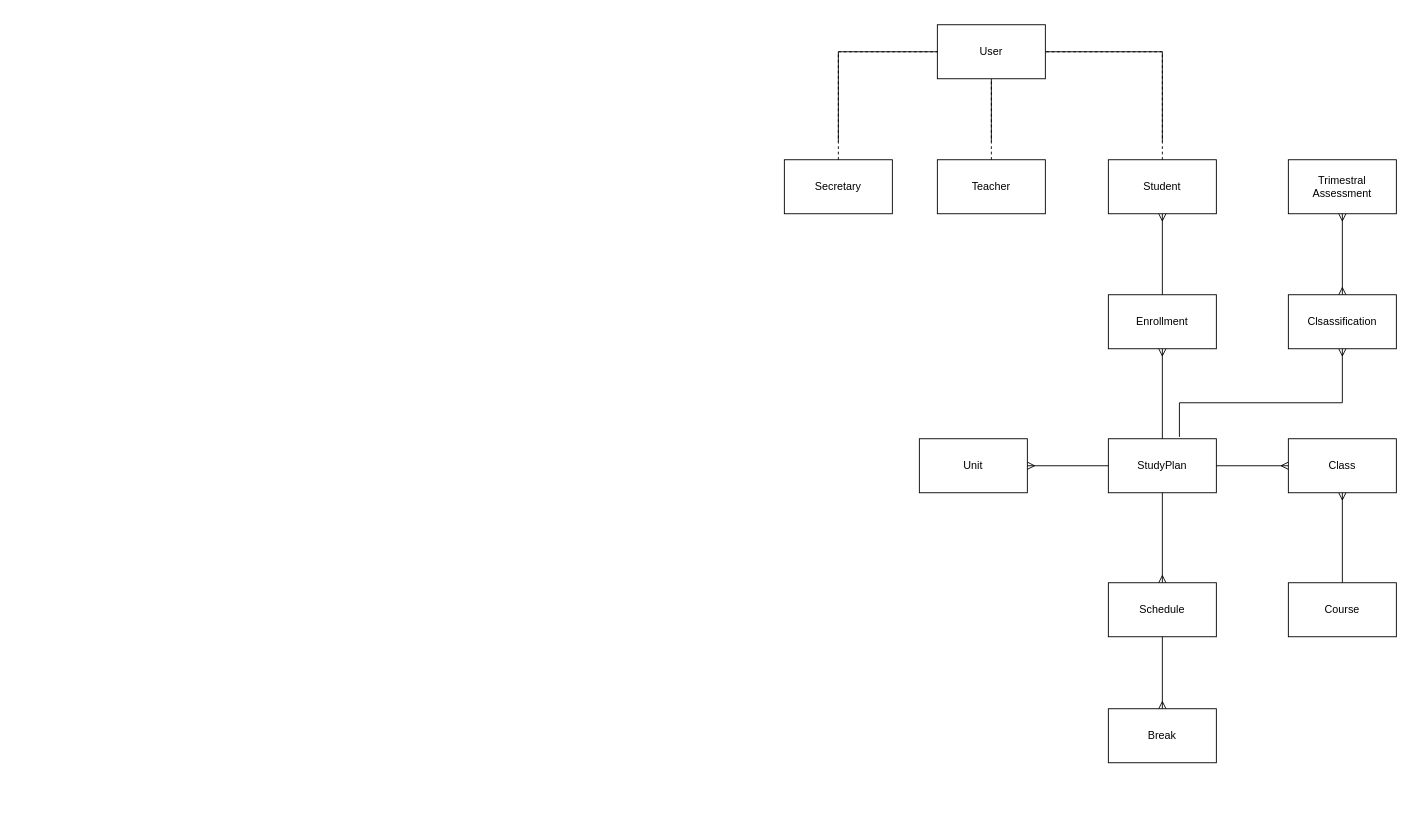
Above: editables/entity-relationship.drawio in Joaquim-Claudio/Imptel-Online_P.D.S-2024-2025 (draw.io), before the change. Source tidied: cells renumbered, new cells numbered last; positions are measured from the earlier drawing's top-left corner, leaving out a move shared by most shapes. Both pictures are drawn from the tidied source at 90%, with x=0, y=0 at pixel (784, 24).
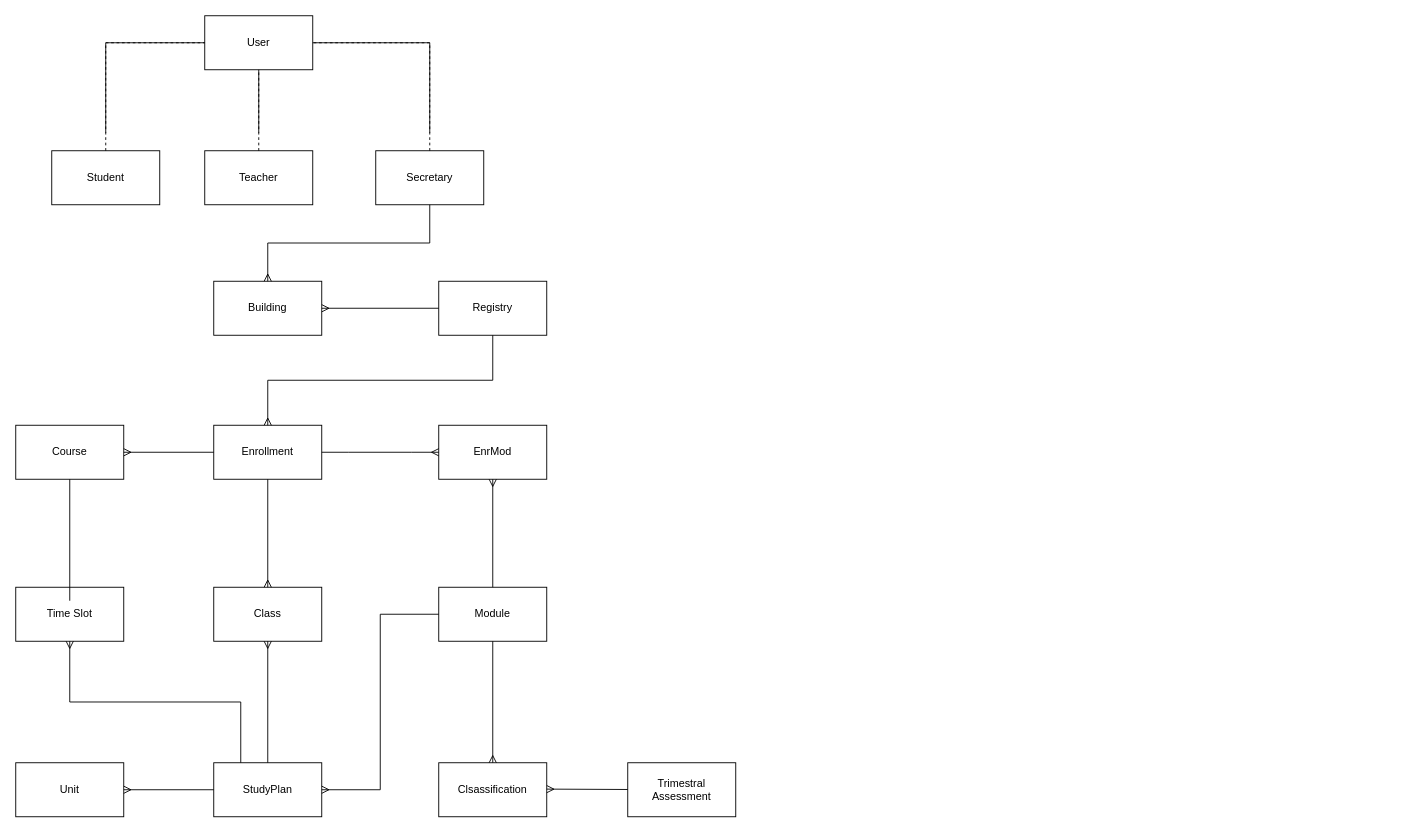
The same page after the edit.

The edit, as a diff of the source:
```diff
@@
     <mxCell id="2" style="rounded=0;whiteSpace=wrap;html=1;" parent="1" vertex="1">
-      <mxGeometry x="170" width="120" height="60" as="geometry" />
+      <mxGeometry x="-644" y="-10" width="120" height="60" as="geometry" />
     </mxCell>
     <mxCell id="3" value="User" style="text;html=1;align=center;verticalAlign=middle;whiteSpace=wrap;rounded=0;" parent="1" vertex="1">
-      <mxGeometry x="200" y="15" width="60" height="30" as="geometry" />
+      <mxGeometry x="-614" y="5" width="60" height="30" as="geometry" />
     </mxCell>
     <mxCell id="4" style="rounded=0;whiteSpace=wrap;html=1;" parent="1" vertex="1">
-      <mxGeometry y="150" width="120" height="60" as="geometry" />
+      <mxGeometry x="-814" y="140" width="120" height="60" as="geometry" />
     </mxCell>
-    <mxCell id="5" value="Secretary" style="text;html=1;align=center;verticalAlign=middle;whiteSpace=wrap;rounded=0;" parent="1" vertex="1">
-      <mxGeometry x="30" y="165" width="60" height="30" as="geometry" />
+    <mxCell id="5" value="Student" style="text;html=1;align=center;verticalAlign=middle;whiteSpace=wrap;rounded=0;" parent="1" vertex="1">
+      <mxGeometry x="-784" y="155" width="60" height="30" as="geometry" />
     </mxCell>
     <mxCell id="6" style="rounded=0;whiteSpace=wrap;html=1;" parent="1" vertex="1">
-      <mxGeometry x="170" y="150" width="120" height="60" as="geometry" />
+      <mxGeometry x="-644" y="140" width="120" height="60" as="geometry" />
     </mxCell>
     <mxCell id="7" value="Teacher" style="text;html=1;align=center;verticalAlign=middle;whiteSpace=wrap;rounded=0;" parent="1" vertex="1">
-      <mxGeometry x="200" y="165" width="60" height="30" as="geometry" />
+      <mxGeometry x="-614" y="155" width="60" height="30" as="geometry" />
     </mxCell>
     <mxCell id="8" style="rounded=0;whiteSpace=wrap;html=1;" parent="1" vertex="1">
-      <mxGeometry x="360" y="150" width="120" height="60" as="geometry" />
+      <mxGeometry x="-454" y="140" width="120" height="60" as="geometry" />
     </mxCell>
-    <mxCell id="9" value="Student" style="text;html=1;align=center;verticalAlign=middle;whiteSpace=wrap;rounded=0;" parent="1" vertex="1">
-      <mxGeometry x="390" y="165" width="60" height="30" as="geometry" />
+    <mxCell id="9" value="Secretary" style="text;html=1;align=center;verticalAlign=middle;whiteSpace=wrap;rounded=0;" parent="1" vertex="1">
+      <mxGeometry x="-424" y="155" width="60" height="30" as="geometry" />
     </mxCell>
     <mxCell id="10" style="rounded=0;whiteSpace=wrap;html=1;" parent="1" vertex="1">
-      <mxGeometry x="360" y="460" width="120" height="60" as="geometry" />
+      <mxGeometry x="-634" y="820" width="120" height="60" as="geometry" />
     </mxCell>
     <mxCell id="11" value="StudyPlan" style="text;html=1;align=center;verticalAlign=middle;whiteSpace=wrap;rounded=0;" parent="1" vertex="1">
-      <mxGeometry x="390" y="475" width="60" height="30" as="geometry" />
+      <mxGeometry x="-604" y="835" width="60" height="30" as="geometry" />
     </mxCell>
     <mxCell id="12" style="rounded=0;whiteSpace=wrap;html=1;" parent="1" vertex="1">
-      <mxGeometry x="360" y="300" width="120" height="60" as="geometry" />
+      <mxGeometry x="-634" y="445" width="120" height="60" as="geometry" />
     </mxCell>
     <mxCell id="13" value="Enrollment" style="text;html=1;align=center;verticalAlign=middle;whiteSpace=wrap;rounded=0;" parent="1" vertex="1">
-      <mxGeometry x="390" y="315" width="60" height="30" as="geometry" />
+      <mxGeometry x="-604" y="460" width="60" height="30" as="geometry" />
     </mxCell>
     <mxCell id="14" style="rounded=0;whiteSpace=wrap;html=1;" parent="1" vertex="1">
-      <mxGeometry x="150" y="460" width="120" height="60" as="geometry" />
+      <mxGeometry x="-634" y="625" width="120" height="60" as="geometry" />
     </mxCell>
-    <mxCell id="15" value="Unit" style="text;html=1;align=center;verticalAlign=middle;whiteSpace=wrap;rounded=0;" parent="1" vertex="1">
-      <mxGeometry x="180" y="475" width="60" height="30" as="geometry" />
+    <mxCell id="15" value="Class" style="text;html=1;align=center;verticalAlign=middle;whiteSpace=wrap;rounded=0;" parent="1" vertex="1">
+      <mxGeometry x="-604" y="640" width="60" height="30" as="geometry" />
     </mxCell>
     <mxCell id="16" style="rounded=0;whiteSpace=wrap;html=1;" parent="1" vertex="1">
-      <mxGeometry x="360" y="620" width="120" height="60" as="geometry" />
+      <mxGeometry x="-854" y="625" width="120" height="60" as="geometry" />
     </mxCell>
+    <mxCell id="43" style="edgeStyle=orthogonalEdgeStyle;rounded=0;jettySize=auto;html=1;" parent="1" edge="1" source="17" target="27">
+      <mxGeometry relative="1" as="geometry" />
+    </mxCell>
-    <mxCell id="17" value="Schedule" style="text;html=1;align=center;verticalAlign=middle;whiteSpace=wrap;rounded=0;" parent="1" vertex="1">
-      <mxGeometry x="390" y="635" width="60" height="30" as="geometry" />
+    <mxCell id="17" value="Time Slot" style="text;html=1;align=center;verticalAlign=middle;whiteSpace=wrap;rounded=0;" parent="1" vertex="1">
+      <mxGeometry x="-824" y="640" width="60" height="30" as="geometry" />
     </mxCell>
-    <mxCell id="18" style="rounded=0;whiteSpace=wrap;html=1;" parent="1" vertex="1">
-      <mxGeometry x="360" y="760" width="120" height="60" as="geometry" />
-    </mxCell>
-    <mxCell id="19" value="Break" style="text;html=1;align=center;verticalAlign=middle;whiteSpace=wrap;rounded=0;" parent="1" vertex="1">
-      <mxGeometry x="390" y="775" width="60" height="30" as="geometry" />
-    </mxCell>
     <mxCell id="20" style="rounded=0;whiteSpace=wrap;html=1;" parent="1" vertex="1">
-      <mxGeometry x="560" y="150" width="120" height="60" as="geometry" />
+      <mxGeometry x="-174" y="820" width="120" height="60" as="geometry" />
     </mxCell>
     <mxCell id="21" value="Trimestral&lt;div&gt;Assessment&lt;/div&gt;" style="text;html=1;align=center;verticalAlign=middle;whiteSpace=wrap;rounded=0;" parent="1" vertex="1">
-      <mxGeometry x="590" y="165" width="60" height="30" as="geometry" />
+      <mxGeometry x="-144" y="835" width="60" height="30" as="geometry" />
     </mxCell>
     <mxCell id="22" style="rounded=0;whiteSpace=wrap;html=1;" parent="1" vertex="1">
-      <mxGeometry x="560" y="460" width="120" height="60" as="geometry" />
+      <mxGeometry x="-854" y="820" width="120" height="60" as="geometry" />
     </mxCell>
-    <mxCell id="23" value="Class" style="text;html=1;align=center;verticalAlign=middle;whiteSpace=wrap;rounded=0;" parent="1" vertex="1">
-      <mxGeometry x="590" y="475" width="60" height="30" as="geometry" />
+    <mxCell id="23" value="Unit" style="text;html=1;align=center;verticalAlign=middle;whiteSpace=wrap;rounded=0;" parent="1" vertex="1">
+      <mxGeometry x="-824" y="835" width="60" height="30" as="geometry" />
     </mxCell>
     <mxCell id="24" style="rounded=0;whiteSpace=wrap;html=1;" parent="1" vertex="1">
-      <mxGeometry x="560" y="300" width="120" height="60" as="geometry" />
+      <mxGeometry x="-384" y="820" width="120" height="60" as="geometry" />
     </mxCell>
     <mxCell id="25" value="Clsassification" style="text;html=1;align=center;verticalAlign=middle;whiteSpace=wrap;rounded=0;" parent="1" vertex="1">
-      <mxGeometry x="590" y="315" width="60" height="30" as="geometry" />
+      <mxGeometry x="-354" y="835" width="60" height="30" as="geometry" />
     </mxCell>
     <mxCell id="26" style="rounded=0;whiteSpace=wrap;html=1;" parent="1" vertex="1">
-      <mxGeometry x="560" y="620" width="120" height="60" as="geometry" />
+      <mxGeometry x="-854" y="445" width="120" height="60" as="geometry" />
     </mxCell>
     <mxCell id="27" value="Course" style="text;html=1;align=center;verticalAlign=middle;whiteSpace=wrap;rounded=0;" parent="1" vertex="1">
-      <mxGeometry x="590" y="635" width="60" height="30" as="geometry" />
+      <mxGeometry x="-824" y="460" width="60" height="30" as="geometry" />
     </mxCell>
     <mxCell id="28" style="endArrow=none;dashed=1;html=1;rounded=0;entryX=0;entryY=0.5;entryDx=0;entryDy=0;" parent="1" edge="1" source="4" target="2">
       <mxGeometry relative="1" as="geometry">
         <Array as="points">
-          <mxPoint x="60" y="30" />
+          <mxPoint x="-754" y="20" />
         </Array>
       </mxGeometry>
     </mxCell>
@@
     <mxCell id="30" style="endArrow=none;dashed=1;html=1;rounded=0;exitX=0.5;exitY=0;exitDx=0;exitDy=0;entryX=1;entryY=0.5;entryDx=0;entryDy=0;" parent="1" edge="1" source="8" target="2">
       <mxGeometry relative="1" as="geometry">
         <Array as="points">
-          <mxPoint x="420" y="30" />
+          <mxPoint x="-394" y="20" />
         </Array>
       </mxGeometry>
     </mxCell>
     <mxCell id="31" style="endArrow=none;html=1;rounded=0;entryX=0;entryY=0.5;entryDx=0;entryDy=0;" parent="1" edge="1" target="2">
       <mxGeometry relative="1" as="geometry">
-        <mxPoint x="60" y="130" as="sourcePoint" />
+        <mxPoint x="-754" y="120" as="sourcePoint" />
         <Array as="points">
-          <mxPoint x="60" y="30" />
+          <mxPoint x="-754" y="20" />
         </Array>
       </mxGeometry>
     </mxCell>
     <mxCell id="32" style="endArrow=none;html=1;rounded=0;" parent="1" edge="1">
       <mxGeometry relative="1" as="geometry">
-        <mxPoint x="230" y="130" as="sourcePoint" />
-        <mxPoint x="230" y="60" as="targetPoint" />
+        <mxPoint x="-584" y="120" as="sourcePoint" />
+        <mxPoint x="-584" y="50" as="targetPoint" />
         <Array as="points">
-          <mxPoint x="230" y="110" />
+          <mxPoint x="-584" y="100" />
         </Array>
       </mxGeometry>
     </mxCell>
     <mxCell id="33" style="endArrow=none;html=1;rounded=0;" parent="1" edge="1">
       <mxGeometry relative="1" as="geometry">
-        <mxPoint x="290" y="30" as="sourcePoint" />
-        <mxPoint x="420" y="130" as="targetPoint" />
+        <mxPoint x="-524" y="20" as="sourcePoint" />
+        <mxPoint x="-394" y="120" as="targetPoint" />
         <Array as="points">
-          <mxPoint x="420" y="30" />
+          <mxPoint x="-394" y="20" />
         </Array>
       </mxGeometry>
     </mxCell>
-    <mxCell id="34" style="fontSize=12;html=1;endArrow=ERmany;rounded=0;entryX=0.5;entryY=1;entryDx=0;entryDy=0;exitX=0.5;exitY=0;exitDx=0;exitDy=0;" parent="1" edge="1" source="12" target="8">
-      <mxGeometry relative="1" as="geometry" />
-    </mxCell>
-    <mxCell id="35" style="fontSize=12;html=1;endArrow=ERmany;rounded=0;entryX=0.5;entryY=1;entryDx=0;entryDy=0;exitX=0.5;exitY=0;exitDx=0;exitDy=0;" parent="1" edge="1" source="26" target="22">
+    <mxCell id="35" style="fontSize=12;html=1;endArrow=ERmany;rounded=0;entryX=1;entryY=0.5;entryDx=0;entryDy=0;" parent="1" edge="1" source="12" target="26">
       <mxGeometry relative="1" as="geometry" />
     </mxCell>
-    <mxCell id="36" style="fontSize=12;html=1;endArrow=ERmany;startArrow=ERmany;rounded=0;entryX=0.5;entryY=1;entryDx=0;entryDy=0;exitX=0.5;exitY=0;exitDx=0;exitDy=0;" parent="1" edge="1" source="24" target="20">
-      <mxGeometry relative="1" as="geometry" />
-    </mxCell>
-    <mxCell id="37" style="fontSize=12;html=1;endArrow=ERmany;rounded=0;entryX=0.5;entryY=0;entryDx=0;entryDy=0;exitX=0.5;exitY=1;exitDx=0;exitDy=0;" parent="1" edge="1" source="16" target="18">
-      <mxGeometry relative="1" as="geometry" />
-    </mxCell>
-    <mxCell id="38" style="fontSize=12;html=1;endArrow=ERmany;rounded=0;entryX=1;entryY=0.5;entryDx=0;entryDy=0;" parent="1" edge="1" source="10" target="14">
+    <mxCell id="38" style="fontSize=12;html=1;endArrow=ERmany;rounded=0;entryX=0.5;entryY=1;entryDx=0;entryDy=0;" parent="1" edge="1" source="10" target="14">
       <mxGeometry relative="1" as="geometry" />
     </mxCell>
-    <mxCell id="39" style="fontSize=12;html=1;endArrow=ERmany;rounded=0;exitX=0.5;exitY=0;exitDx=0;exitDy=0;entryX=0.5;entryY=1;entryDx=0;entryDy=0;" parent="1" edge="1" source="10" target="12">
-      <mxGeometry relative="1" as="geometry" />
-    </mxCell>
-    <mxCell id="40" style="fontSize=12;html=1;endArrow=ERmany;rounded=0;exitX=0.5;exitY=1;exitDx=0;exitDy=0;entryX=0.5;entryY=0;entryDx=0;entryDy=0;" parent="1" edge="1" source="10" target="16">
+    <mxCell id="40" style="fontSize=12;html=1;endArrow=ERmany;rounded=0;exitX=0.25;exitY=0;exitDx=0;exitDy=0;entryX=0.5;entryY=1;entryDx=0;entryDy=0;edgeStyle=orthogonalEdgeStyle;" parent="1" edge="1" source="10" target="16">
       <mxGeometry relative="1" as="geometry" />
     </mxCell>
-    <mxCell id="41" style="fontSize=12;html=1;endArrow=ERmany;rounded=0;exitX=1;exitY=0.5;exitDx=0;exitDy=0;" parent="1" edge="1" source="10" target="22">
+    <mxCell id="41" style="fontSize=12;html=1;endArrow=ERmany;rounded=0;exitX=0;exitY=0.5;exitDx=0;exitDy=0;edgeStyle=orthogonalEdgeStyle;" parent="1" edge="1" source="10" target="22">
       <mxGeometry relative="1" as="geometry" />
     </mxCell>
-    <mxCell id="42" style="edgeStyle=elbowEdgeStyle;fontSize=12;html=1;endArrow=ERmany;rounded=0;elbow=vertical;exitX=0.658;exitY=-0.033;exitDx=0;exitDy=0;exitPerimeter=0;" parent="1" edge="1" source="10" target="24">
-      <mxGeometry relative="1" as="geometry">
-        <Array as="points">
-          <mxPoint x="510" y="420" />
-        </Array>
-      </mxGeometry>
-    </mxCell>
+    <mxCell id="44" style="fontSize=12;html=1;endArrow=ERmany;rounded=0;exitX=0.5;exitY=1;exitDx=0;exitDy=0;elbow=vertical;entryX=0.5;entryY=0;entryDx=0;entryDy=0;" parent="1" edge="1" source="12" target="14">
+      <mxGeometry relative="1" as="geometry" />
+    </mxCell>
+    <mxCell id="45" style="rounded=0;whiteSpace=wrap;html=1;" parent="1" vertex="1">
+      <mxGeometry x="-384" y="285" width="120" height="60" as="geometry" />
+    </mxCell>
+    <mxCell id="46" value="Registry" style="text;html=1;align=center;verticalAlign=middle;whiteSpace=wrap;rounded=0;" parent="1" vertex="1">
+      <mxGeometry x="-354" y="300" width="60" height="30" as="geometry" />
+    </mxCell>
+    <mxCell id="47" style="rounded=0;whiteSpace=wrap;html=1;" parent="1" vertex="1">
+      <mxGeometry x="-634" y="285" width="120" height="60" as="geometry" />
+    </mxCell>
+    <mxCell id="48" value="Building" style="text;html=1;align=center;verticalAlign=middle;whiteSpace=wrap;rounded=0;" parent="1" vertex="1">
+      <mxGeometry x="-604" y="300" width="60" height="30" as="geometry" />
+    </mxCell>
+    <mxCell id="49" style="fontSize=12;html=1;endArrow=ERmany;rounded=0;entryX=0.5;entryY=0;entryDx=0;entryDy=0;exitX=0.5;exitY=1;exitDx=0;exitDy=0;edgeStyle=orthogonalEdgeStyle;" parent="1" edge="1" source="8" target="47">
+      <mxGeometry relative="1" as="geometry" />
+    </mxCell>
+    <mxCell id="50" style="fontSize=12;html=1;endArrow=ERmany;rounded=0;exitX=0;exitY=0.5;exitDx=0;exitDy=0;entryX=1;entryY=0.5;entryDx=0;entryDy=0;" parent="1" edge="1" source="45" target="47">
+      <mxGeometry relative="1" as="geometry" />
+    </mxCell>
+    <mxCell id="51" style="fontSize=12;html=1;endArrow=ERmany;rounded=0;entryX=0.5;entryY=0;entryDx=0;entryDy=0;exitX=0.5;exitY=1;exitDx=0;exitDy=0;edgeStyle=orthogonalEdgeStyle;" parent="1" edge="1" source="45" target="12">
+      <mxGeometry relative="1" as="geometry" />
+    </mxCell>
+    <mxCell id="52" style="fontSize=12;html=1;endArrow=ERmany;rounded=0;entryX=1;entryY=0.5;entryDx=0;entryDy=0;" parent="1" edge="1" source="20">
+      <mxGeometry relative="1" as="geometry">
+        <mxPoint x="-264" y="849.3" as="targetPoint" />
+      </mxGeometry>
+    </mxCell>
+    <mxCell id="53" style="rounded=0;whiteSpace=wrap;html=1;" parent="1" vertex="1">
+      <mxGeometry x="-384" y="625" width="120" height="60" as="geometry" />
+    </mxCell>
+    <mxCell id="54" value="Module" style="text;html=1;align=center;verticalAlign=middle;whiteSpace=wrap;rounded=0;" parent="1" vertex="1">
+      <mxGeometry x="-354" y="640" width="60" height="30" as="geometry" />
+    </mxCell>
+    <mxCell id="55" style="rounded=0;whiteSpace=wrap;html=1;" parent="1" vertex="1">
+      <mxGeometry x="-384" y="445" width="120" height="60" as="geometry" />
+    </mxCell>
+    <mxCell id="56" value="EnrMod" style="text;html=1;align=center;verticalAlign=middle;whiteSpace=wrap;rounded=0;" parent="1" vertex="1">
+      <mxGeometry x="-354" y="460" width="60" height="30" as="geometry" />
+    </mxCell>
+    <mxCell id="57" style="edgeStyle=entityRelationEdgeStyle;fontSize=12;html=1;endArrow=ERmany;rounded=0;entryX=0;entryY=0.5;entryDx=0;entryDy=0;exitX=1;exitY=0.5;exitDx=0;exitDy=0;" parent="1" edge="1" source="12" target="55">
+      <mxGeometry relative="1" as="geometry" />
+    </mxCell>
+    <mxCell id="58" style="fontSize=12;html=1;endArrow=ERmany;rounded=0;exitX=0.5;exitY=0;exitDx=0;exitDy=0;entryX=0.5;entryY=1;entryDx=0;entryDy=0;" parent="1" edge="1" source="53" target="55">
+      <mxGeometry relative="1" as="geometry" />
+    </mxCell>
+    <mxCell id="59" style="fontSize=12;html=1;endArrow=ERmany;rounded=0;entryX=0.5;entryY=0;entryDx=0;entryDy=0;exitX=0.5;exitY=1;exitDx=0;exitDy=0;" parent="1" edge="1" source="53" target="24">
+      <mxGeometry relative="1" as="geometry" />
+    </mxCell>
+    <mxCell id="60" style="edgeStyle=orthogonalEdgeStyle;fontSize=12;html=1;endArrow=ERmany;rounded=0;exitX=0;exitY=0.5;exitDx=0;exitDy=0;entryX=1;entryY=0.5;entryDx=0;entryDy=0;" parent="1" edge="1" source="53" target="10">
+      <mxGeometry relative="1" as="geometry" />
+    </mxCell>
```
